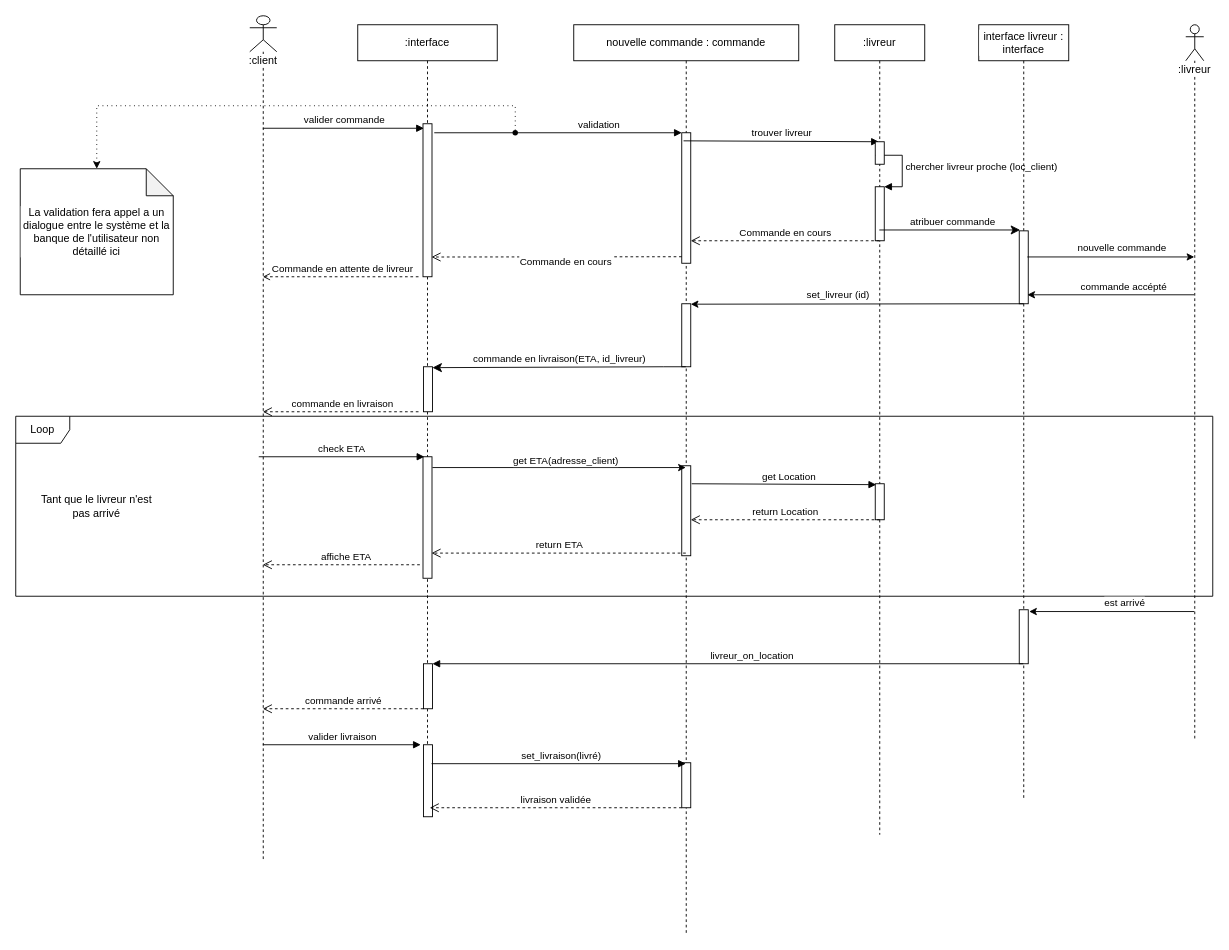
sebastien-deren/projet_4 keeps this draw.io diagram as page "Livraison" (4 of 4) of sequence_diagrams.drawio. Above is the earlier version. Source tidied: cells renumbered, new cells numbered last; positions are measured from the earlier drawing's top-left corner, leaving out a move shared by most shapes. Both pictures are drawn from the tidied source at 90%, with x=0, y=0 at pixel (15, 15).
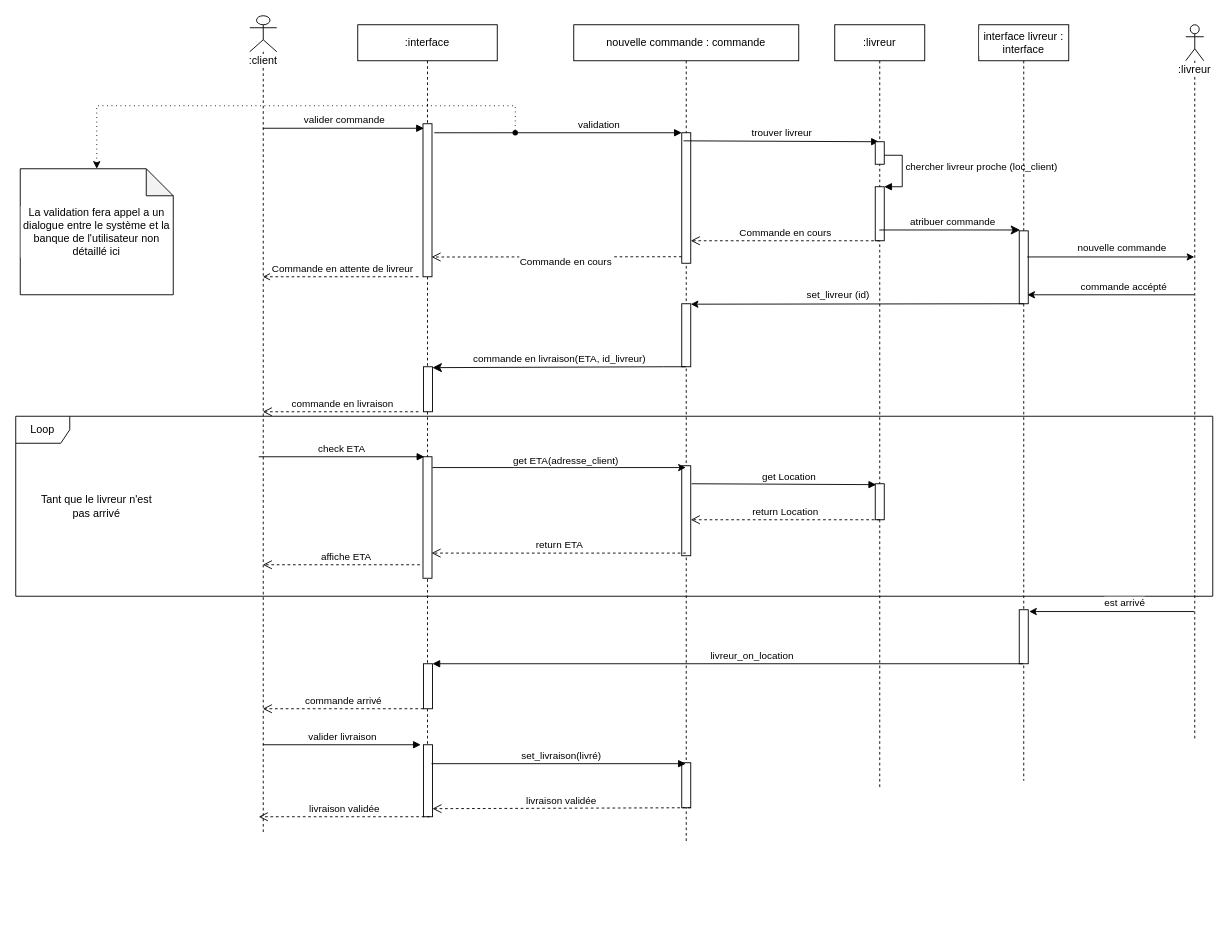
Above is the later version.

Unchanged cells that the change refers to:
```xml
<mxCell id="6" style="html=1;points=[];perimeter=orthogonalPerimeter;labelBackgroundColor=default;" parent="4" vertex="1">
  <mxGeometry x="73" y="800" width="10" height="80" as="geometry" />
</mxCell>
```

What changed in the source:
```diff
@@
     <mxCell id="3" value=":client" style="shape=umlLifeline;participant=umlActor;perimeter=lifelinePerimeter;whiteSpace=wrap;html=1;verticalAlign=top;spacingTop=36;outlineConnect=0;labelBackgroundColor=default;" parent="1" vertex="1">
-      <mxGeometry x="260" width="30" height="940" as="geometry" />
+      <mxGeometry x="260" width="30" height="910" as="geometry" />
     </mxCell>
@@
     <mxCell id="10" value="nouvelle commande : commande" style="shape=umlLifeline;perimeter=lifelinePerimeter;whiteSpace=wrap;html=1;outlineConnect=0;labelBackgroundColor=default;" parent="1" vertex="1">
-      <mxGeometry x="620" y="10" width="250" height="1010" as="geometry" />
+      <mxGeometry x="620" y="10" width="250" height="910" as="geometry" />
     </mxCell>
@@
-    <mxCell id="14" value="livraison validée" style="html=1;verticalAlign=bottom;endArrow=open;dashed=1;endSize=8;rounded=0;" parent="10" edge="1">
-      <mxGeometry relative="1" as="geometry">
-        <mxPoint x="120" y="870" as="sourcePoint" />
-        <mxPoint x="-160" y="870" as="targetPoint" />
-      </mxGeometry>
-    </mxCell>
@@
     <mxCell id="17" value=":livreur" style="shape=umlLifeline;perimeter=lifelinePerimeter;whiteSpace=wrap;html=1;outlineConnect=0;labelBackgroundColor=default;" parent="1" vertex="1">
-      <mxGeometry x="910" y="10" width="100" height="900" as="geometry" />
+      <mxGeometry x="910" y="10" width="100" height="850" as="geometry" />
     </mxCell>
@@
     <mxCell id="23" value="interface livreur : interface" style="shape=umlLifeline;perimeter=lifelinePerimeter;whiteSpace=wrap;html=1;outlineConnect=0;labelBackgroundColor=default;" parent="1" vertex="1">
-      <mxGeometry x="1070" y="10" width="100" height="860" as="geometry" />
+      <mxGeometry x="1070" y="10" width="100" height="840" as="geometry" />
     </mxCell>
@@
+    <mxCell id="14" value="livraison validée" style="html=1;verticalAlign=bottom;endArrow=open;dashed=1;endSize=8;rounded=0;entryX=1;entryY=0.888;entryDx=0;entryDy=0;entryPerimeter=0;" parent="1" edge="1" target="6">
+      <mxGeometry relative="1" as="geometry">
+        <mxPoint x="750" y="880" as="sourcePoint" />
+      </mxGeometry>
+    </mxCell>
+    <mxCell id="59" value="livraison validée" style="html=1;verticalAlign=bottom;endArrow=open;dashed=1;endSize=8;rounded=0;" parent="1" edge="1">
+      <mxGeometry relative="1" as="geometry">
+        <mxPoint x="460" y="890" as="sourcePoint" />
+        <mxPoint x="270" y="890" as="targetPoint" />
+      </mxGeometry>
+    </mxCell>
```
